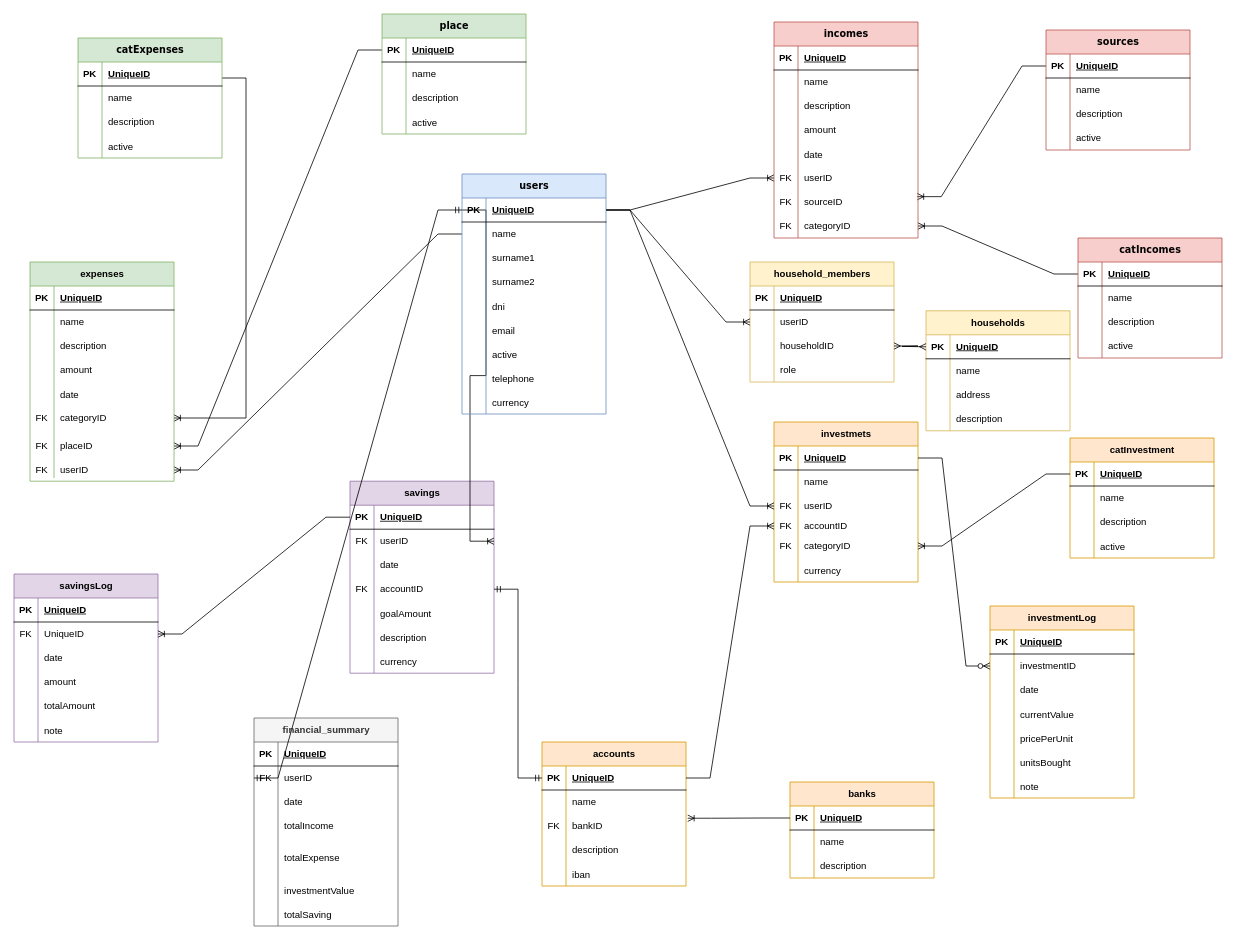
Earlier version of the draw.io diagram assets/e-r.drawio (mimarben/economy). Source tidied: cells renumbered, new cells numbered last; positions are measured from the earlier drawing's top-left corner, leaving out a move shared by most shapes. Both pictures are drawn from the tidied source at 80%, with x=0, y=0 at pixel (14, 14).
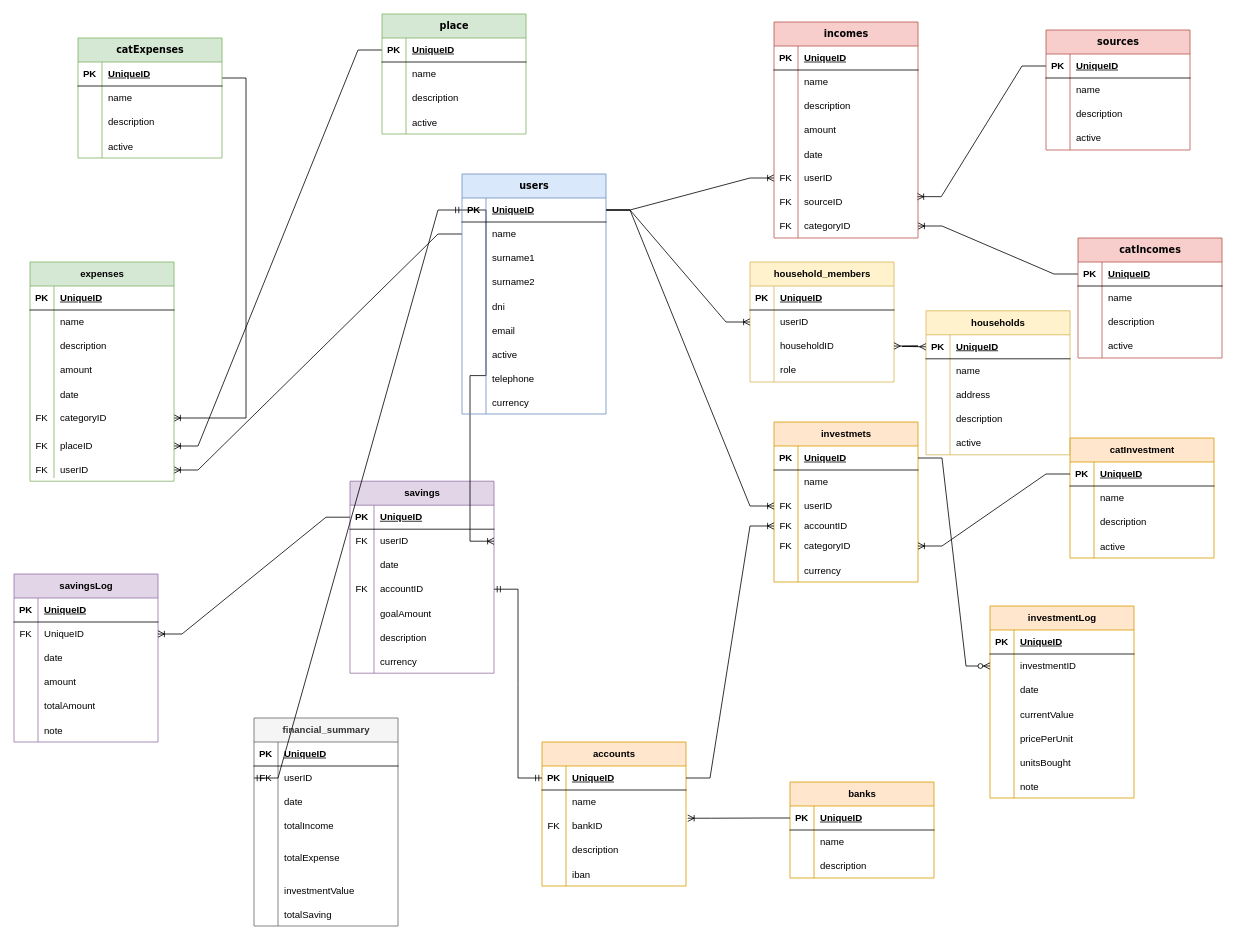
Above is the later version.

The edit, as a diff of the source:
```diff
@@
     <mxCell id="244" value="households" style="shape=table;startSize=30;childLayout=tableLayout;rowLines=0;fontStyle=1;align=center;html=1;fillColor=#fff2cc;strokeColor=#d6b656;" parent="1" vertex="1">
-      <mxGeometry x="1140" y="371" width="180" height="150" as="geometry" />
+      <mxGeometry x="1140" y="371" width="180" height="180" as="geometry" />
     </mxCell>
@@
+    <mxCell id="318" style="shape=tableRow;horizontal=0;startSize=0;swimlaneHead=0;swimlaneBody=0;fillColor=none;top=0;left=0;right=0;bottom=0;" parent="244" vertex="1">
+      <mxGeometry y="150" width="180" height="30" as="geometry" />
+    </mxCell>
+    <mxCell id="319" style="shape=partialRectangle;fillColor=none;top=0;left=0;bottom=0;right=0;overflow=hidden;" parent="318" vertex="1">
+      <mxGeometry width="30" height="30" as="geometry" />
+    </mxCell>
+    <mxCell id="320" value="active" style="shape=partialRectangle;fillColor=none;top=0;left=0;bottom=0;right=0;align=left;spacingLeft=6;overflow=hidden;" parent="318" vertex="1">
+      <mxGeometry x="30" width="150" height="30" as="geometry" />
+    </mxCell>
```
